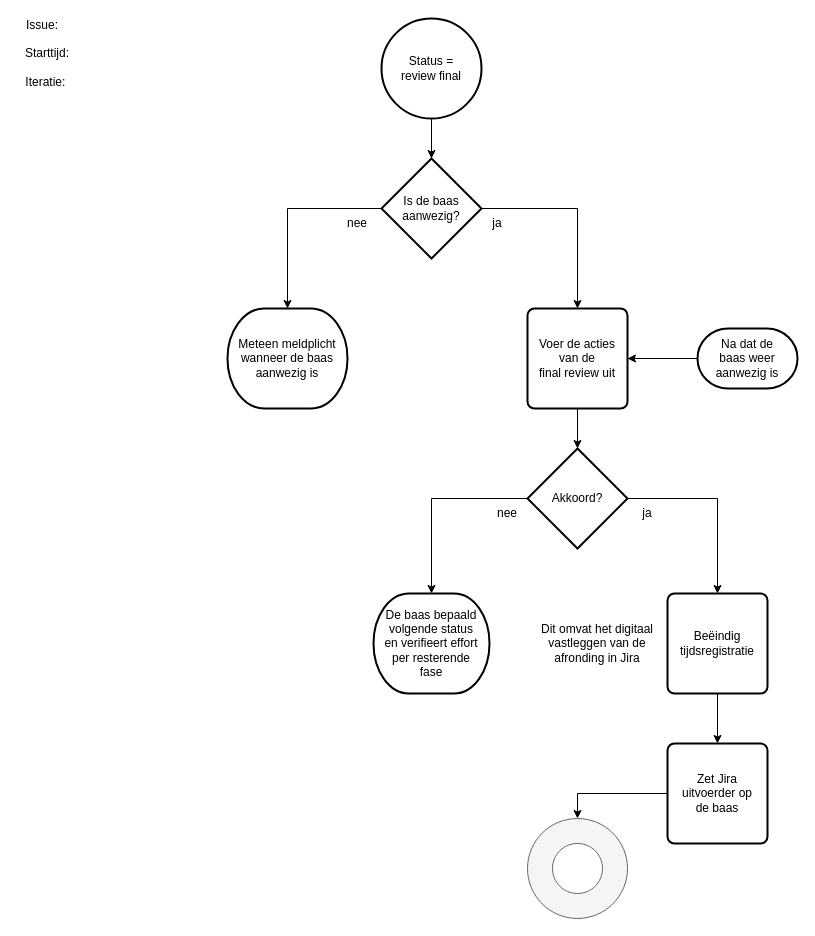
Zaibatsu89/IssueTracker keeps this draw.io diagram as 10 Issue Tracker review final.drawio. Above is the earlier version. Source tidied: cells renumbered, new cells numbered last; positions are measured from the earlier drawing's top-left corner, leaving out a move shared by most shapes. Both pictures are drawn from the tidied source at 100%, with x=0, y=0 at pixel (17, 18).
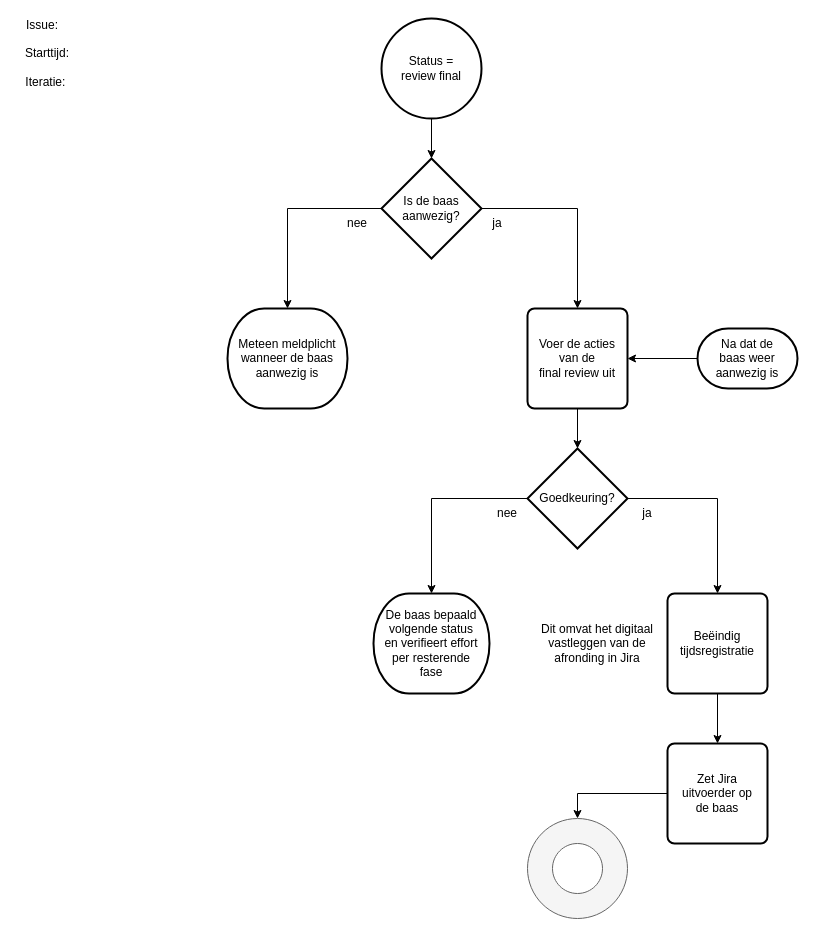
The same page after the edit.

Commit message (it also covers changes not shown here):
Door Goedkeuring? vervangen

Diff of the diagram source:
```diff
@@
-    <mxCell id="13" value="Akkoord?" style="strokeWidth=2;html=1;shape=mxgraph.flowchart.decision;whiteSpace=wrap;" parent="1" vertex="1">
+    <mxCell id="13" value="Goedkeuring?" style="strokeWidth=2;html=1;shape=mxgraph.flowchart.decision;whiteSpace=wrap;" parent="1" vertex="1">
       <mxGeometry x="510" y="430" width="100" height="100" as="geometry" />
     </mxCell>
```
